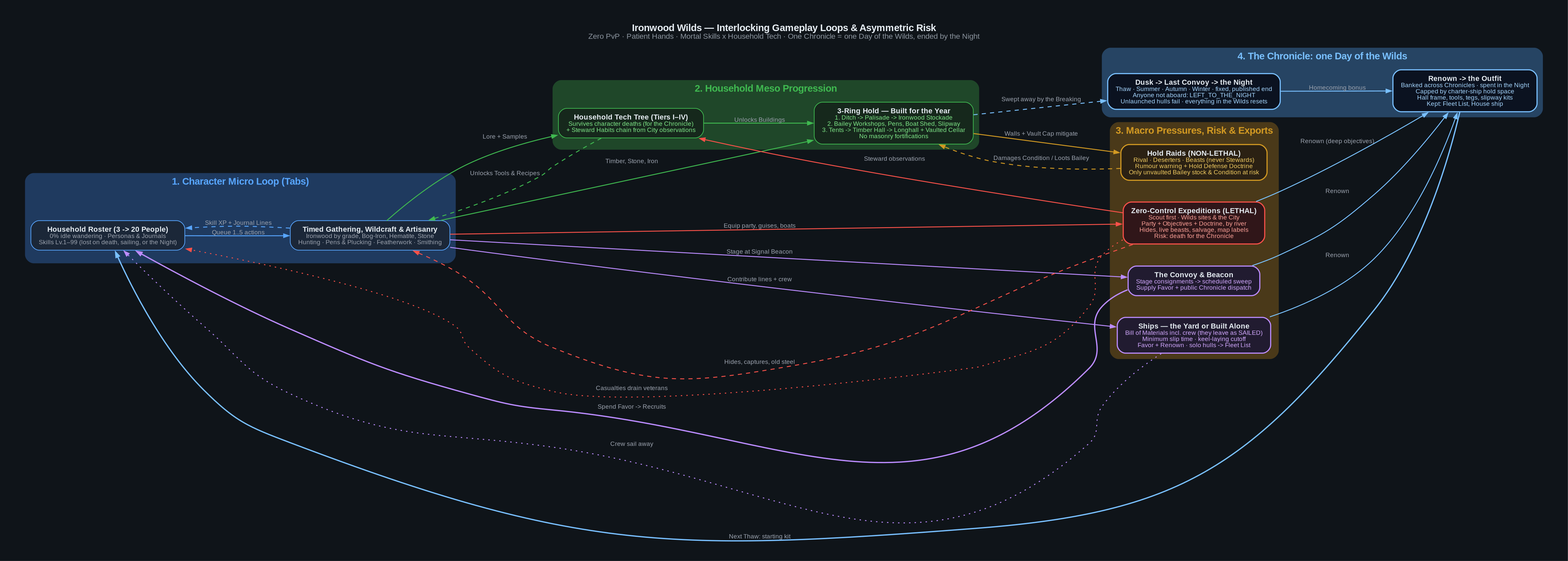
Above: planning/ironwood_wilds_planning/diagrams/04-gameplay-loops-and-risk.png in Lord-Windy/KotharWorks (Graphviz), before the change. Its source is kept beside it as planning/ironwood_wilds_planning/diagrams/04-gameplay-loops-and-risk.dot.
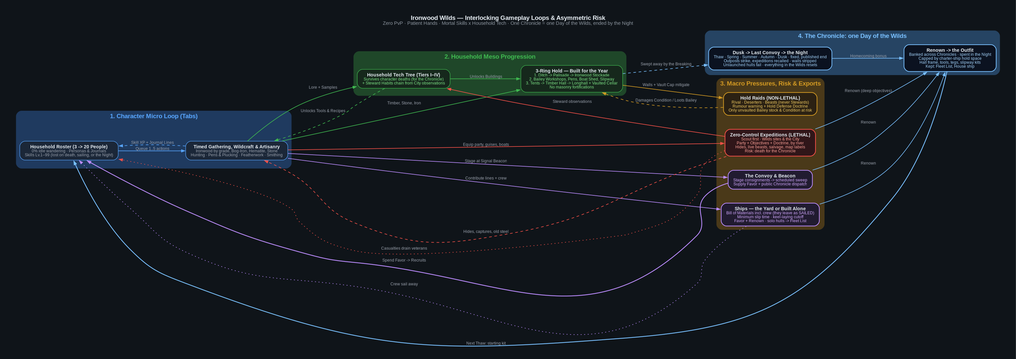
Later version of the same file.

Commit message:
Ironwood Wilds V1 review: resolve working questions A1, A2, A4, A5, A8, A9, A10

The edit, as a diff of the source:
```diff
@@ -119,7 +119,7 @@
             fillcolor="#0b1220",
             color="#79c0ff",
             penwidth=1.6,
-            label=<<b>Dusk -&gt; Last Convoy -&gt; the Night</b><br/><font point-size="9" color="#a5d6ff">Thaw · Summer · Autumn · Winter · fixed, published end<br/>Anyone not aboard: LEFT_TO_THE_NIGHT<br/>Unlaunched hulls fail · everything in the Wilds resets</font>>
+            label=<<b>Dusk -&gt; Last Convoy -&gt; the Night</b><br/><font point-size="9" color="#a5d6ff">Thaw · Spring · Summer · Autumn · Dusk · fixed, published end<br/>Outposts strike, expeditions recalled · walls stripped<br/>Unlaunched hulls fail · everything in the Wilds resets</font>>
         ];
 
         outfit [
```
